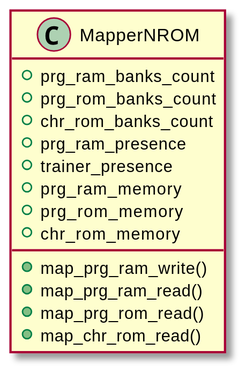
Earlier version of the PlantUML export doc/mapper_nrom/mapper_nrom.svg (Enigma717/yume-nes).
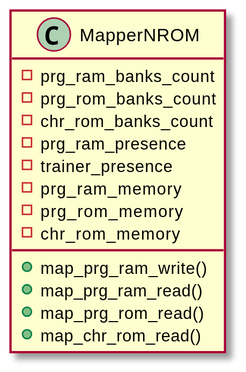
Above is the later version.

Diff of the diagram source:
```diff
@@ -3,14 +3,14 @@
 hide empty members
 
 class MapperNROM {
-+ prg_ram_banks_count
-+ prg_rom_banks_count
-+ chr_rom_banks_count
-+ prg_ram_presence
-+ trainer_presence
-+ prg_ram_memory
-+ prg_rom_memory
-+ chr_rom_memory
+- prg_ram_banks_count
+- prg_rom_banks_count
+- chr_rom_banks_count
+- prg_ram_presence
+- trainer_presence
+- prg_ram_memory
+- prg_rom_memory
+- chr_rom_memory
 
 + map_prg_ram_write()
 + map_prg_ram_read()
```
